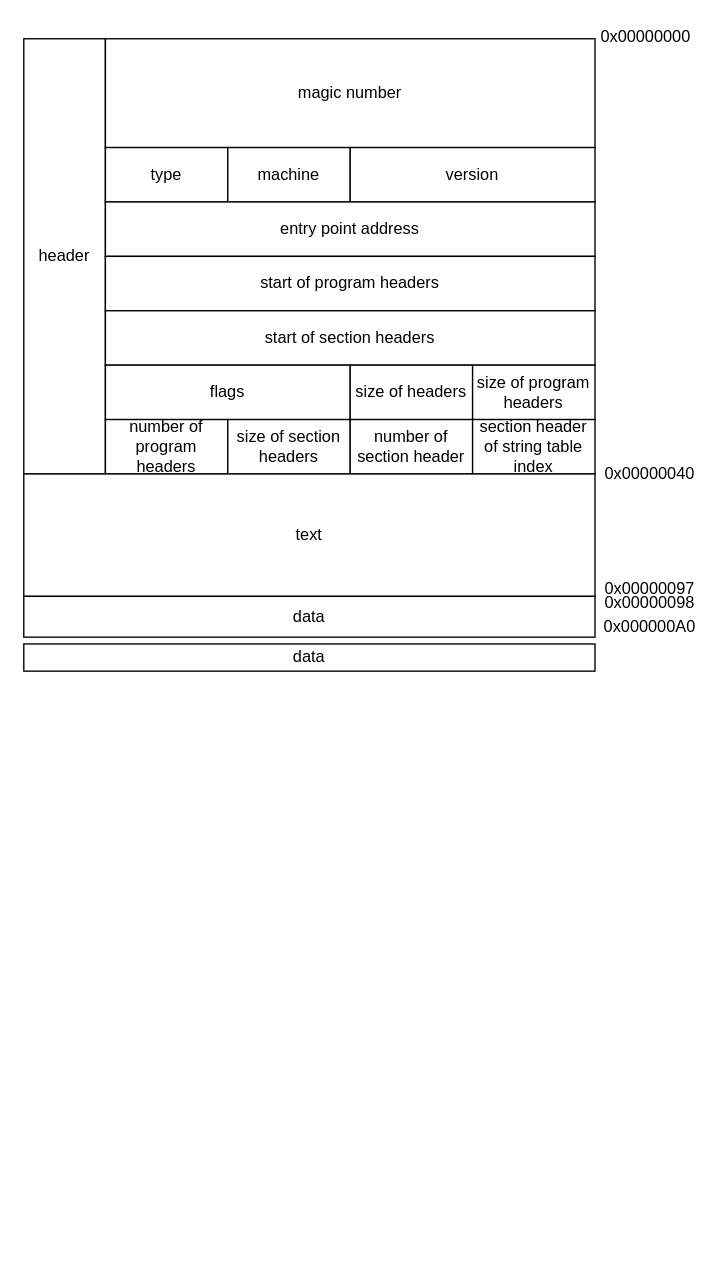
The draw.io diagram 程序员的自我修养/elf.drawio in SWJTUjch/obsidian, before the edit. Source tidied: cells renumbered, new cells numbered last; positions are measured from the earlier drawing's top-left corner, leaving out a move shared by most shapes. Both pictures are drawn from the tidied source at 136%, with x=0, y=0 at pixel (23, 23).
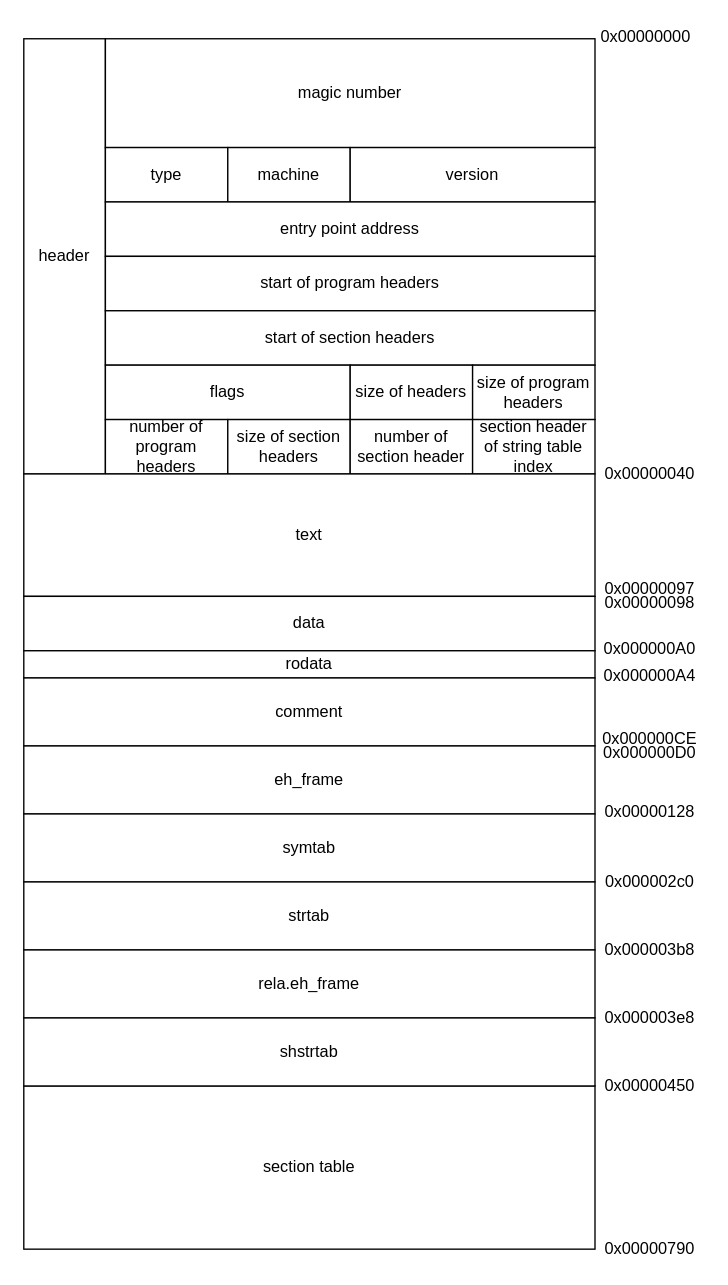
The same diagram, later.

Commit message:
vault backup: 2023-10-01 16:43:59

What changed in the source:
```diff
@@
     <mxCell id="21" value="data" style="rounded=0;whiteSpace=wrap;html=1;" parent="1" vertex="1">
-      <mxGeometry y="421" width="420" height="30" as="geometry" />
+      <mxGeometry y="421" width="420" height="40" as="geometry" />
     </mxCell>
@@
     <mxCell id="23" value="0x000000A0" style="text;html=1;align=center;verticalAlign=middle;" parent="1" vertex="1">
-      <mxGeometry x="420" y="434" width="80" height="20" as="geometry" />
+      <mxGeometry x="420" y="450" width="80" height="20" as="geometry" />
     </mxCell>
-    <mxCell id="24" value="data" style="rounded=0;whiteSpace=wrap;html=1;" parent="1" vertex="1">
-      <mxGeometry y="456" width="420" height="20" as="geometry" />
+    <mxCell id="24" value="rodata" style="rounded=0;whiteSpace=wrap;html=1;" parent="1" vertex="1">
+      <mxGeometry y="461" width="420" height="20" as="geometry" />
     </mxCell>
+    <mxCell id="25" value="0x000000A4" style="text;html=1;align=center;verticalAlign=middle;" parent="1" vertex="1">
+      <mxGeometry x="420" y="470" width="80" height="20" as="geometry" />
+    </mxCell>
+    <mxCell id="26" value="comment" style="rounded=0;whiteSpace=wrap;html=1;" parent="1" vertex="1">
+      <mxGeometry y="481" width="420" height="50" as="geometry" />
+    </mxCell>
+    <mxCell id="27" value="0x000000CE" style="text;html=1;align=center;verticalAlign=middle;" parent="1" vertex="1">
+      <mxGeometry x="420" y="516" width="80" height="20" as="geometry" />
+    </mxCell>
+    <mxCell id="28" value="eh_frame" style="rounded=0;whiteSpace=wrap;html=1;" parent="1" vertex="1">
+      <mxGeometry y="531" width="420" height="50" as="geometry" />
+    </mxCell>
+    <mxCell id="29" value="0x000000D0" style="text;html=1;align=center;verticalAlign=middle;" parent="1" vertex="1">
+      <mxGeometry x="420" y="526" width="80" height="20" as="geometry" />
+    </mxCell>
+    <mxCell id="30" value="0x00000128" style="text;html=1;align=center;verticalAlign=middle;" parent="1" vertex="1">
+      <mxGeometry x="420" y="570" width="80" height="20" as="geometry" />
+    </mxCell>
+    <mxCell id="31" value="symtab" style="rounded=0;whiteSpace=wrap;html=1;" parent="1" vertex="1">
+      <mxGeometry y="581" width="420" height="50" as="geometry" />
+    </mxCell>
+    <mxCell id="32" value="0x000002c0" style="text;html=1;align=center;verticalAlign=middle;" parent="1" vertex="1">
+      <mxGeometry x="420" y="621" width="80" height="20" as="geometry" />
+    </mxCell>
+    <mxCell id="33" value="strtab" style="rounded=0;whiteSpace=wrap;html=1;" parent="1" vertex="1">
+      <mxGeometry y="631" width="420" height="50" as="geometry" />
+    </mxCell>
+    <mxCell id="34" value="0x000003b8" style="text;html=1;align=center;verticalAlign=middle;" parent="1" vertex="1">
+      <mxGeometry x="420" y="671" width="80" height="20" as="geometry" />
+    </mxCell>
+    <mxCell id="35" value="rela.eh_frame" style="rounded=0;whiteSpace=wrap;html=1;" parent="1" vertex="1">
+      <mxGeometry y="681" width="420" height="50" as="geometry" />
+    </mxCell>
+    <mxCell id="36" value="0x000003e8" style="text;html=1;align=center;verticalAlign=middle;" parent="1" vertex="1">
+      <mxGeometry x="420" y="721" width="80" height="20" as="geometry" />
+    </mxCell>
+    <mxCell id="37" value="section table" style="rounded=0;whiteSpace=wrap;html=1;" parent="1" vertex="1">
+      <mxGeometry y="781" width="420" height="120" as="geometry" />
+    </mxCell>
+    <mxCell id="38" value="0x00000450" style="text;html=1;align=center;verticalAlign=middle;" parent="1" vertex="1">
+      <mxGeometry x="420" y="771" width="80" height="20" as="geometry" />
+    </mxCell>
+    <mxCell id="39" value="shstrtab" style="rounded=0;whiteSpace=wrap;html=1;" parent="1" vertex="1">
+      <mxGeometry y="731" width="420" height="50" as="geometry" />
+    </mxCell>
+    <mxCell id="40" value="0x00000790" style="text;html=1;align=center;verticalAlign=middle;" parent="1" vertex="1">
+      <mxGeometry x="420" y="891" width="80" height="20" as="geometry" />
+    </mxCell>
```
